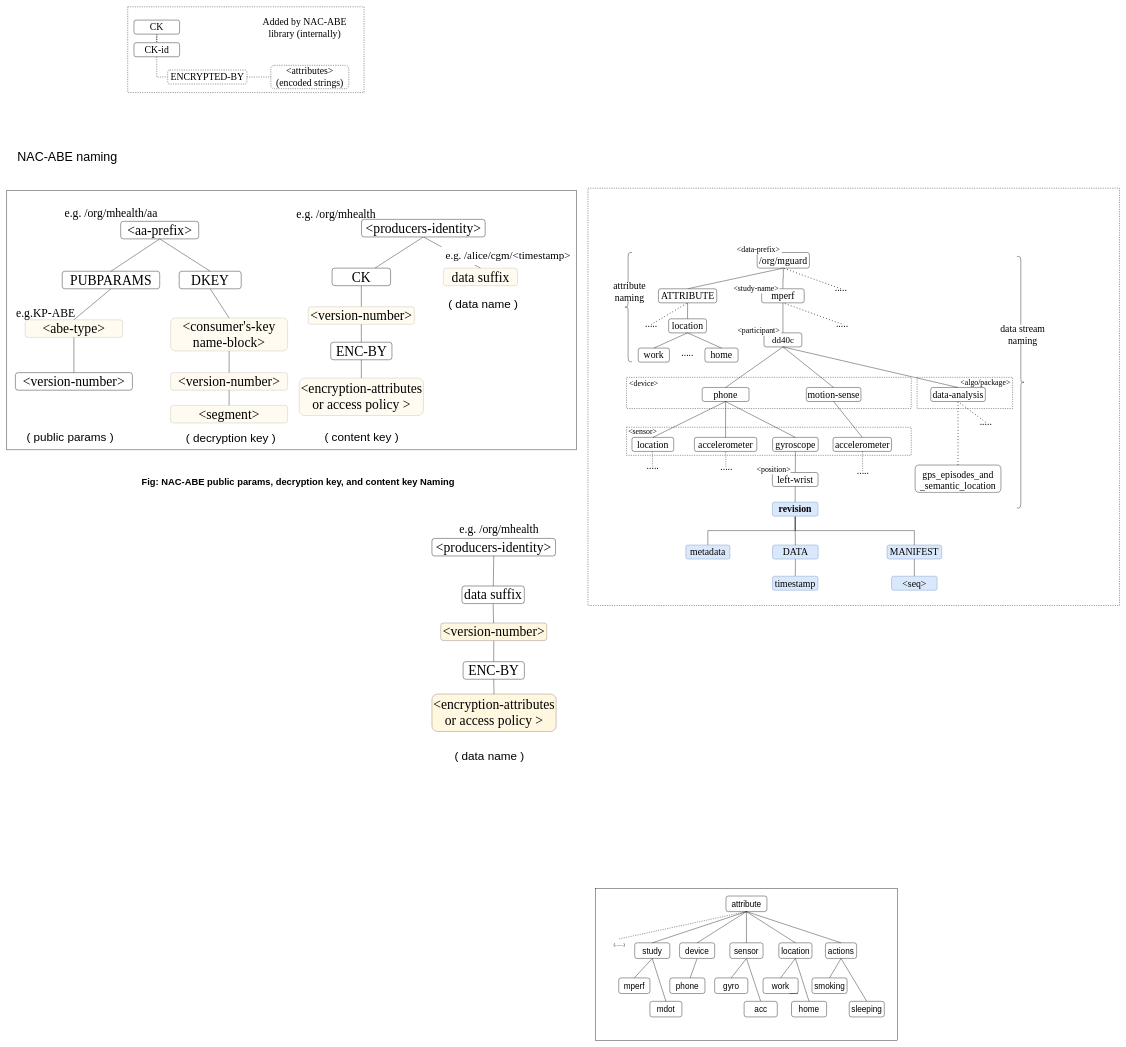
The draw.io diagram page "Namespace" (2 of 4) of docs/latest mGuard .drawio in dulalsaurab/new-mguard, before the edit. Source tidied: cells renumbered, new cells numbered last; positions are measured from the earlier drawing's top-left corner, leaving out a move shared by most shapes. Both pictures are drawn from the tidied source at 39%, with x=0, y=0 at pixel (7, 7).
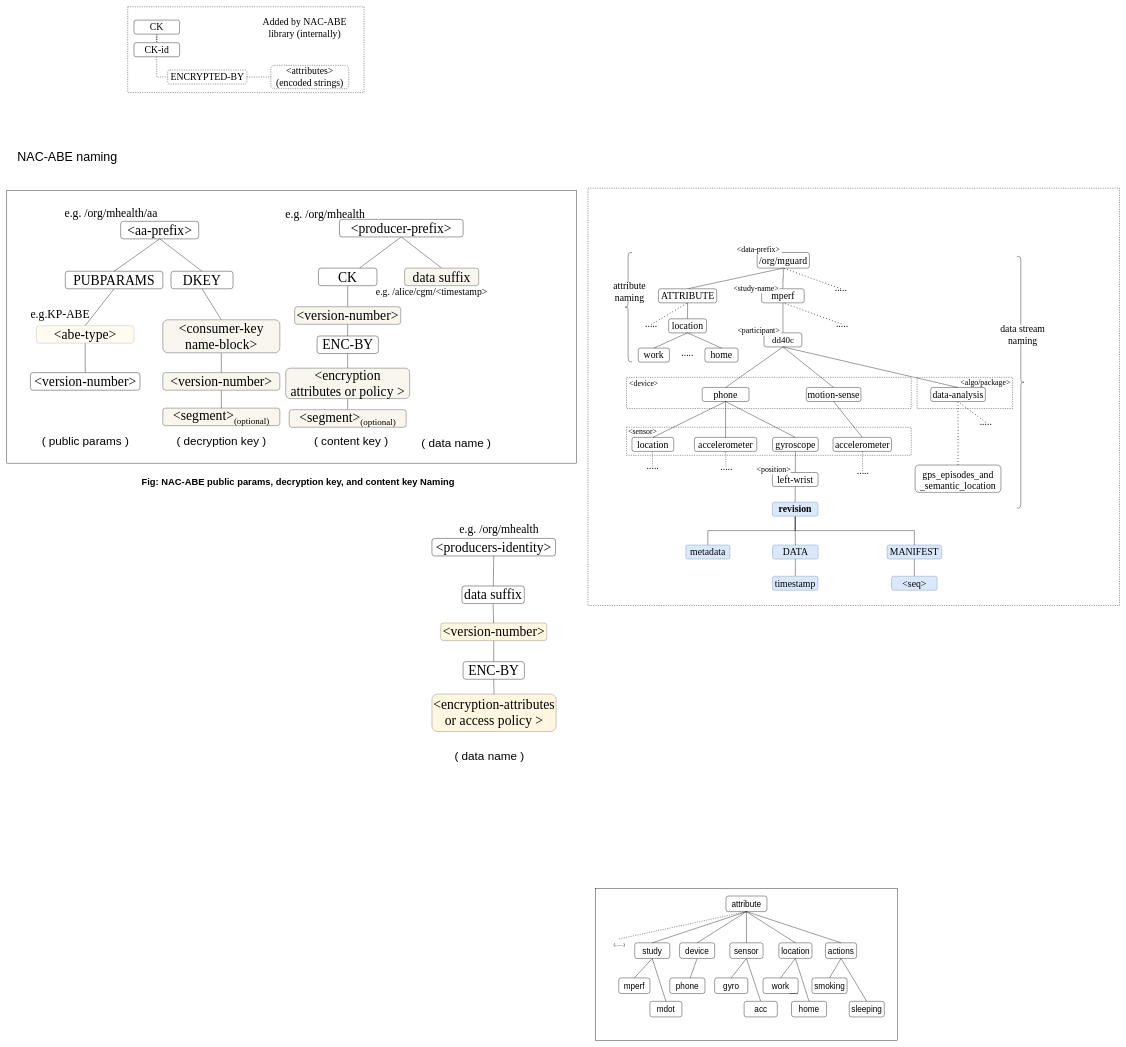
Above is the later version.

Change to the diagram source:
```diff
@@
     <mxCell id="2" style="rounded=0;whiteSpace=wrap;html=1;fillColor=default;" parent="1" vertex="1">
-      <mxGeometry y="471" width="1460" height="665" as="geometry" />
+      <mxGeometry y="471" width="1460" height="699" as="geometry" />
     </mxCell>
@@
     <mxCell id="125" value="&lt;font style=&quot;font-size: 35px;&quot;&gt;PUBPARAMS&lt;/font&gt;" style="rounded=1;whiteSpace=wrap;html=1;fontStyle=0;fontFamily=Times New Roman;fontSize=35;" parent="1" vertex="1">
-      <mxGeometry x="142" y="678" width="250" height="45" as="geometry" />
+      <mxGeometry x="150" y="678" width="250" height="45" as="geometry" />
     </mxCell>
@@
     <mxCell id="127" value="&lt;font style=&quot;font-size: 35px;&quot;&gt;DKEY&lt;/font&gt;" style="rounded=1;whiteSpace=wrap;html=1;fontStyle=0;fontFamily=Times New Roman;fontSize=35;" parent="1" vertex="1">
-      <mxGeometry x="442" y="678" width="159" height="45" as="geometry" />
+      <mxGeometry x="421" y="678" width="159" height="45" as="geometry" />
     </mxCell>
@@
-    <mxCell id="131" value="&lt;font style=&quot;font-size: 35px;&quot;&gt;&amp;lt;abe-type&amp;gt;&lt;/font&gt;" style="rounded=1;whiteSpace=wrap;html=1;fontStyle=0;fontFamily=Times New Roman;fontSize=35;fillColor=#fff2cc;strokeColor=#331A00;opacity=30;" parent="1" vertex="1">
-      <mxGeometry x="47" y="802.5" width="250" height="45" as="geometry" />
+    <mxCell id="131" value="&lt;font style=&quot;font-size: 35px;&quot;&gt;&amp;lt;abe-type&amp;gt;&lt;/font&gt;" style="rounded=1;whiteSpace=wrap;html=1;fontStyle=0;fontFamily=Times New Roman;fontSize=35;fillColor=#fff2cc;strokeColor=default;opacity=30;gradientColor=none;" parent="1" vertex="1">
+      <mxGeometry x="76" y="817.5" width="250" height="45" as="geometry" />
     </mxCell>
@@
     <mxCell id="133" value="&lt;font style=&quot;font-size: 35px;&quot;&gt;&lt;span style=&quot;font-size: 35px;&quot;&gt;&amp;lt;version-number&amp;gt;&lt;/span&gt;&lt;/font&gt;" style="rounded=1;whiteSpace=wrap;html=1;fontStyle=0;fontFamily=Times New Roman;fontSize=35;" parent="1" vertex="1">
-      <mxGeometry x="22" y="938" width="300" height="45" as="geometry" />
+      <mxGeometry x="60.5" y="938" width="281" height="45" as="geometry" />
     </mxCell>
@@
-    <mxCell id="135" value="&lt;font style=&quot;font-size: 35px;&quot;&gt;&lt;span style=&quot;font-size: 35px;&quot;&gt;&amp;lt;version-number&amp;gt;&lt;/span&gt;&lt;/font&gt;" style="rounded=1;whiteSpace=wrap;html=1;fontStyle=0;fontFamily=Times New Roman;fontSize=35;fillColor=#fff2cc;strokeColor=#331A00;opacity=30;" parent="1" vertex="1">
-      <mxGeometry x="420" y="938" width="300" height="45" as="geometry" />
+    <mxCell id="135" value="&lt;font style=&quot;font-size: 35px;&quot;&gt;&lt;span style=&quot;font-size: 35px;&quot;&gt;&amp;lt;version-number&amp;gt;&lt;/span&gt;&lt;/font&gt;" style="rounded=1;whiteSpace=wrap;html=1;fontStyle=0;fontFamily=Times New Roman;fontSize=35;fillColor=#f9f7ed;strokeColor=#36393d;" parent="1" vertex="1">
+      <mxGeometry x="400" y="938" width="300" height="45" as="geometry" />
     </mxCell>
@@
-    <mxCell id="137" value="&lt;font style=&quot;font-size: 35px;&quot;&gt;&amp;lt;consumer's-key&lt;br&gt;name-block&amp;gt;&lt;/font&gt;" style="rounded=1;whiteSpace=wrap;html=1;fontStyle=0;fontFamily=Times New Roman;fontSize=35;fillColor=#fff2cc;strokeColor=#331A00;opacity=30;" parent="1" vertex="1">
-      <mxGeometry x="420" y="797.8" width="300" height="84.5" as="geometry" />
+    <mxCell id="137" value="&lt;font style=&quot;font-size: 35px;&quot;&gt;&amp;lt;consumer-key&lt;br&gt;name-block&amp;gt;&lt;/font&gt;" style="rounded=1;whiteSpace=wrap;html=1;fontStyle=0;fontFamily=Times New Roman;fontSize=35;fillColor=#f9f7ed;strokeColor=#36393d;" parent="1" vertex="1">
+      <mxGeometry x="400" y="802.5" width="300" height="84.5" as="geometry" />
     </mxCell>
@@
-    <mxCell id="140" value="&lt;font style=&quot;font-size: 35px;&quot;&gt;&amp;lt;producers-identity&amp;gt;&lt;/font&gt;" style="rounded=1;whiteSpace=wrap;html=1;fontStyle=0;fontFamily=Times New Roman;fontSize=35;" parent="1" vertex="1">
-      <mxGeometry x="909.5" y="545" width="317" height="45" as="geometry" />
+    <mxCell id="140" value="&lt;font style=&quot;font-size: 35px;&quot;&gt;&amp;lt;producer-prefix&amp;gt;&lt;/font&gt;" style="rounded=1;whiteSpace=wrap;html=1;fontStyle=0;fontFamily=Times New Roman;fontSize=35;" parent="1" vertex="1">
+      <mxGeometry x="853" y="545" width="317" height="45" as="geometry" />
     </mxCell>
     <mxCell id="141" value="&lt;font face=&quot;Times New Roman&quot; style=&quot;font-size: 30px;&quot;&gt;e.g. /org/mhealth&lt;/font&gt;" style="text;html=1;align=center;verticalAlign=middle;strokeColor=none;fillColor=none;fontSize=35;" parent="1" vertex="1">
-      <mxGeometry x="729" y="497.5" width="230" height="60" as="geometry" />
+      <mxGeometry x="701" y="497.5" width="230" height="60" as="geometry" />
     </mxCell>
@@
     <mxCell id="143" value="&lt;font style=&quot;font-size: 35px;&quot;&gt;CK&lt;/font&gt;" style="rounded=1;whiteSpace=wrap;html=1;fontStyle=0;fontFamily=Times New Roman;fontSize=35;" parent="1" vertex="1">
-      <mxGeometry x="834" y="670" width="150" height="45" as="geometry" />
+      <mxGeometry x="799" y="670" width="150" height="45" as="geometry" />
     </mxCell>
@@
-    <mxCell id="145" value="&lt;font style=&quot;font-size: 35px;&quot;&gt;&amp;lt;version-number&amp;gt;&lt;/font&gt;" style="rounded=1;whiteSpace=wrap;html=1;fontStyle=0;fontFamily=Times New Roman;fontSize=35;fillColor=#fff2cc;strokeColor=#331A00;opacity=30;" parent="1" vertex="1">
-      <mxGeometry x="773" y="769" width="272" height="45" as="geometry" />
+    <mxCell id="145" value="&lt;font style=&quot;font-size: 35px;&quot;&gt;&amp;lt;version-number&amp;gt;&lt;/font&gt;" style="rounded=1;whiteSpace=wrap;html=1;fontStyle=0;fontFamily=Times New Roman;fontSize=35;fillColor=#f9f7ed;strokeColor=#36393d;" parent="1" vertex="1">
+      <mxGeometry x="738" y="769" width="272" height="45" as="geometry" />
     </mxCell>
@@
     <mxCell id="147" value="&lt;font style=&quot;font-size: 35px;&quot;&gt;ENC-BY&lt;/font&gt;" style="rounded=1;whiteSpace=wrap;html=1;fontStyle=0;fontFamily=Times New Roman;fontSize=35;" parent="1" vertex="1">
-      <mxGeometry x="830.5" y="860" width="157" height="45" as="geometry" />
+      <mxGeometry x="795.5" y="844" width="157" height="45" as="geometry" />
     </mxCell>
+    <mxCell id="170" style="edgeStyle=none;rounded=0;jettySize=auto;html=1;exitX=0.5;exitY=1;exitDx=0;exitDy=0;entryX=0.5;entryY=0;entryDx=0;entryDy=0;endArrow=none;endFill=0;" parent="1" edge="1" source="148" target="171">
+      <mxGeometry relative="1" as="geometry" />
+    </mxCell>
-    <mxCell id="148" value="&lt;font style=&quot;font-size: 35px;&quot;&gt;&amp;lt;encryption-attributes &lt;br&gt;or access policy &amp;gt;&lt;br style=&quot;font-size: 35px;&quot;&gt;&lt;/font&gt;" style="rounded=1;whiteSpace=wrap;html=1;fontStyle=0;fontFamily=Times New Roman;fontSize=35;fillColor=#fff2cc;strokeColor=#331A00;opacity=30;" parent="1" vertex="1">
-      <mxGeometry x="749.8" y="952" width="318.5" height="96" as="geometry" />
+    <mxCell id="148" value="&lt;font style=&quot;font-size: 35px;&quot;&gt;&amp;lt;encryption&lt;br&gt;attributes or policy &amp;gt;&lt;br style=&quot;font-size: 35px;&quot;&gt;&lt;/font&gt;" style="rounded=1;whiteSpace=wrap;html=1;fontStyle=0;fontFamily=Times New Roman;fontSize=35;fillColor=#f9f7ed;strokeColor=#36393d;" parent="1" vertex="1">
+      <mxGeometry x="715.2" y="926.5" width="317.6" height="78" as="geometry" />
     </mxCell>
@@
     <mxCell id="150" value="&lt;span style=&quot;color: rgb(0, 0, 0); font-family: &amp;quot;Times New Roman&amp;quot;; font-style: normal; font-variant-ligatures: normal; font-variant-caps: normal; font-weight: 400; letter-spacing: normal; orphans: 2; text-align: center; text-indent: 0px; text-transform: none; widows: 2; word-spacing: 0px; -webkit-text-stroke-width: 0px; text-decoration-thickness: initial; text-decoration-style: initial; text-decoration-color: initial; float: none; display: inline !important;&quot;&gt;&lt;font style=&quot;font-size: 30px;&quot;&gt;e.g.KP-ABE&lt;/font&gt;&lt;/span&gt;" style="text;whiteSpace=wrap;html=1;fontSize=35;labelBackgroundColor=none;" parent="1" vertex="1">
-      <mxGeometry x="22" y="756" width="160" height="51" as="geometry" />
+      <mxGeometry x="59" y="758" width="160" height="51" as="geometry" />
     </mxCell>
     <mxCell id="151" value="&lt;font style=&quot;font-size: 30px;&quot;&gt;( decryption key )&lt;/font&gt;" style="text;html=1;strokeColor=none;fillColor=none;align=center;verticalAlign=middle;whiteSpace=wrap;rounded=0;" parent="1" vertex="1">
-      <mxGeometry x="455" y="1090.1" width="239" height="30" as="geometry" />
+      <mxGeometry x="430.5" y="1099" width="239" height="30" as="geometry" />
     </mxCell>
     <mxCell id="152" value="&lt;font style=&quot;font-size: 30px;&quot;&gt;( content key )&lt;/font&gt;" style="text;html=1;strokeColor=none;fillColor=none;align=center;verticalAlign=middle;whiteSpace=wrap;rounded=0;" parent="1" vertex="1">
-      <mxGeometry x="760" y="1088.1" width="300" height="30" as="geometry" />
+      <mxGeometry x="733.2" y="1099" width="300" height="30" as="geometry" />
     </mxCell>
     <mxCell id="153" value="&lt;font style=&quot;font-size: 30px;&quot;&gt;( public params )&lt;/font&gt;" style="text;html=1;strokeColor=none;fillColor=none;align=center;verticalAlign=middle;whiteSpace=wrap;rounded=0;" parent="1" vertex="1">
-      <mxGeometry x="42.5" y="1088.1" width="239" height="30" as="geometry" />
+      <mxGeometry x="81.5" y="1099" width="239" height="30" as="geometry" />
     </mxCell>
-    <mxCell id="154" value="&lt;font style=&quot;font-size: 35px;&quot;&gt;&lt;span style=&quot;font-size: 35px;&quot;&gt;&amp;lt;segment&amp;gt;&lt;/span&gt;&lt;/font&gt;" style="rounded=1;whiteSpace=wrap;html=1;fontStyle=0;fontFamily=Times New Roman;fontSize=35;fillColor=#fff2cc;strokeColor=#331A00;opacity=30;" parent="1" vertex="1">
-      <mxGeometry x="420" y="1022" width="300" height="45" as="geometry" />
+    <mxCell id="154" value="&lt;font style=&quot;&quot;&gt;&lt;span style=&quot;font-size: 35px;&quot;&gt;&amp;lt;segment&amp;gt;&lt;/span&gt;&lt;/font&gt;&lt;sub&gt;&lt;font style=&quot;font-size: 23px;&quot;&gt;(optional)&lt;/font&gt;&lt;/sub&gt;" style="rounded=1;whiteSpace=wrap;html=1;fontStyle=0;fontFamily=Times New Roman;fontSize=35;fillColor=#f9f7ed;strokeColor=#36393d;" parent="1" vertex="1">
+      <mxGeometry x="400" y="1029" width="300" height="45" as="geometry" />
     </mxCell>
@@
-    <mxCell id="166" value="&lt;font style=&quot;font-size: 35px;&quot;&gt;data suffix&lt;/font&gt;" style="rounded=1;whiteSpace=wrap;html=1;fontStyle=0;fontFamily=Times New Roman;fontSize=35;fillColor=#fff2cc;strokeColor=#331A00;opacity=30;" parent="1" vertex="1">
-      <mxGeometry x="1119.5" y="670" width="190" height="45" as="geometry" />
+    <mxCell id="166" value="&lt;font style=&quot;font-size: 35px;&quot;&gt;data suffix&lt;/font&gt;" style="rounded=1;whiteSpace=wrap;html=1;fontStyle=0;fontFamily=Times New Roman;fontSize=35;fillColor=#f9f7ed;strokeColor=#36393d;" parent="1" vertex="1">
+      <mxGeometry x="1020" y="670" width="190" height="45" as="geometry" />
     </mxCell>
-    <mxCell id="167" value="&lt;font style=&quot;font-size: 30px;&quot;&gt;( data name )&lt;/font&gt;" style="text;html=1;strokeColor=none;fillColor=none;align=center;verticalAlign=middle;whiteSpace=wrap;rounded=0;" parent="1" vertex="1">
-      <mxGeometry x="1102" y="747" width="239" height="30" as="geometry" />
+    <mxCell id="167" value="&lt;font style=&quot;font-size: 30px;&quot;&gt;( data name )&lt;/font&gt;" style="text;html=1;align=center;verticalAlign=middle;whiteSpace=wrap;rounded=0;fillColor=none;" parent="1" vertex="1">
+      <mxGeometry x="1032.8" y="1103" width="239" height="30" as="geometry" />
     </mxCell>
     <mxCell id="168" style="text;html=1;align=center;verticalAlign=middle;strokeColor=none;fillColor=default;fontSize=35;strokeWidth=1;" parent="1" vertex="1">
-      <mxGeometry x="1237" y="625" width="50" height="40" as="geometry" />
+      <mxGeometry x="1209" y="625" width="50" height="40" as="geometry" />
     </mxCell>
-    <mxCell id="169" value="&lt;font face=&quot;Times New Roman&quot; style=&quot;font-size: 28px;&quot;&gt;e.g. /alice/cgm/&amp;lt;timestamp&amp;gt;&lt;/font&gt;" style="text;html=1;align=center;verticalAlign=middle;strokeColor=none;fillColor=default;fontSize=28;" parent="1" vertex="1">
-      <mxGeometry x="1114.5" y="612" width="340" height="50" as="geometry" />
+    <mxCell id="169" value="&lt;font face=&quot;Times New Roman&quot; style=&quot;font-size: 25px;&quot;&gt;e.g. /alice/cgm/&amp;lt;timestamp&amp;gt;&lt;/font&gt;" style="text;html=1;align=center;verticalAlign=middle;strokeColor=none;fillColor=none;fontSize=28;" parent="1" vertex="1">
+      <mxGeometry x="933.5" y="705" width="310" height="50" as="geometry" />
     </mxCell>
+    <mxCell id="171" value="&lt;font style=&quot;border-color: var(--border-color);&quot;&gt;&amp;lt;segment&amp;gt;&lt;/font&gt;&lt;sub style=&quot;border-color: var(--border-color);&quot;&gt;&lt;font style=&quot;border-color: var(--border-color); font-size: 23px;&quot;&gt;(optional)&lt;/font&gt;&lt;/sub&gt;" style="rounded=1;whiteSpace=wrap;html=1;fontStyle=0;fontFamily=Times New Roman;fontSize=35;fillColor=#f9f7ed;strokeColor=#36393d;" parent="1" vertex="1">
+      <mxGeometry x="724" y="1033" width="300" height="45" as="geometry" />
+    </mxCell>
```
